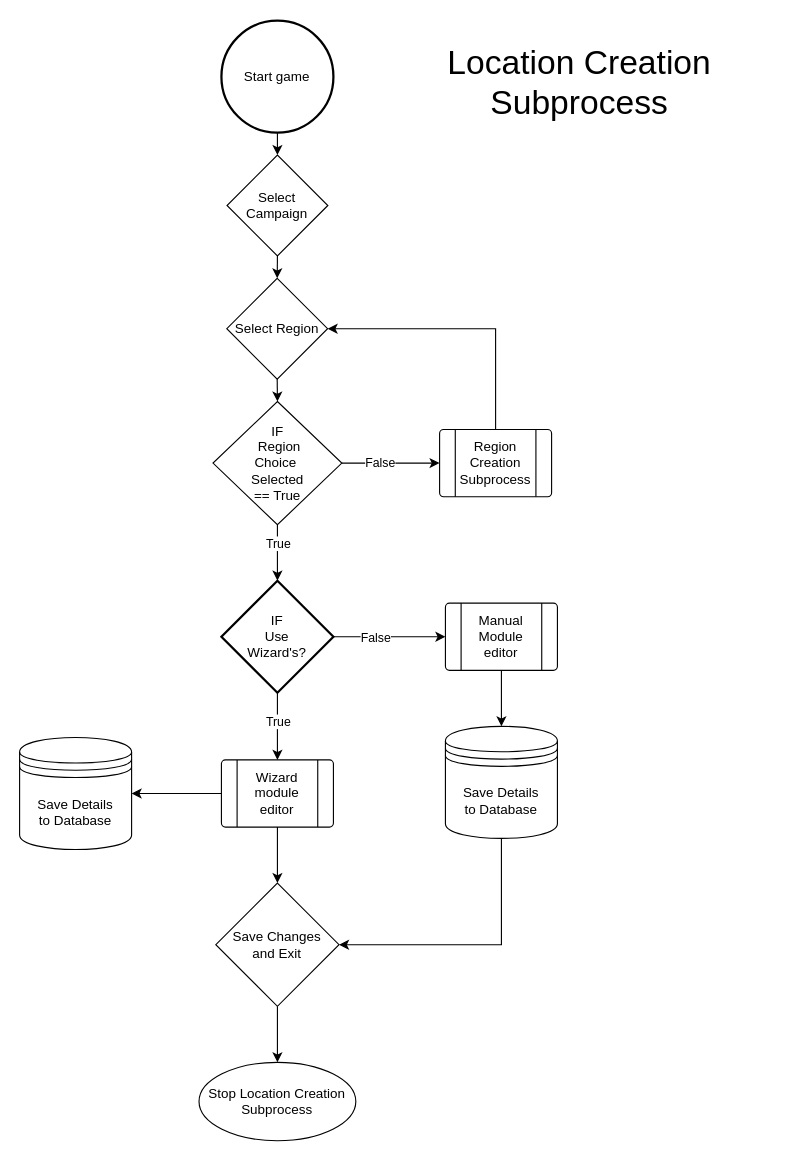
RPG-Research/bcirpg keeps this draw.io diagram as Phase2/Flowcharts/modgodToolset/ModGod/Creation/Location/ModGodLocationCreation.drawio. Above is the earlier version. Source tidied: cells renumbered, new cells numbered last; positions are measured from the earlier drawing's top-left corner, leaving out a move shared by most shapes. Both pictures are drawn from the tidied source at 112%, with x=0, y=0 at pixel (19, 20).
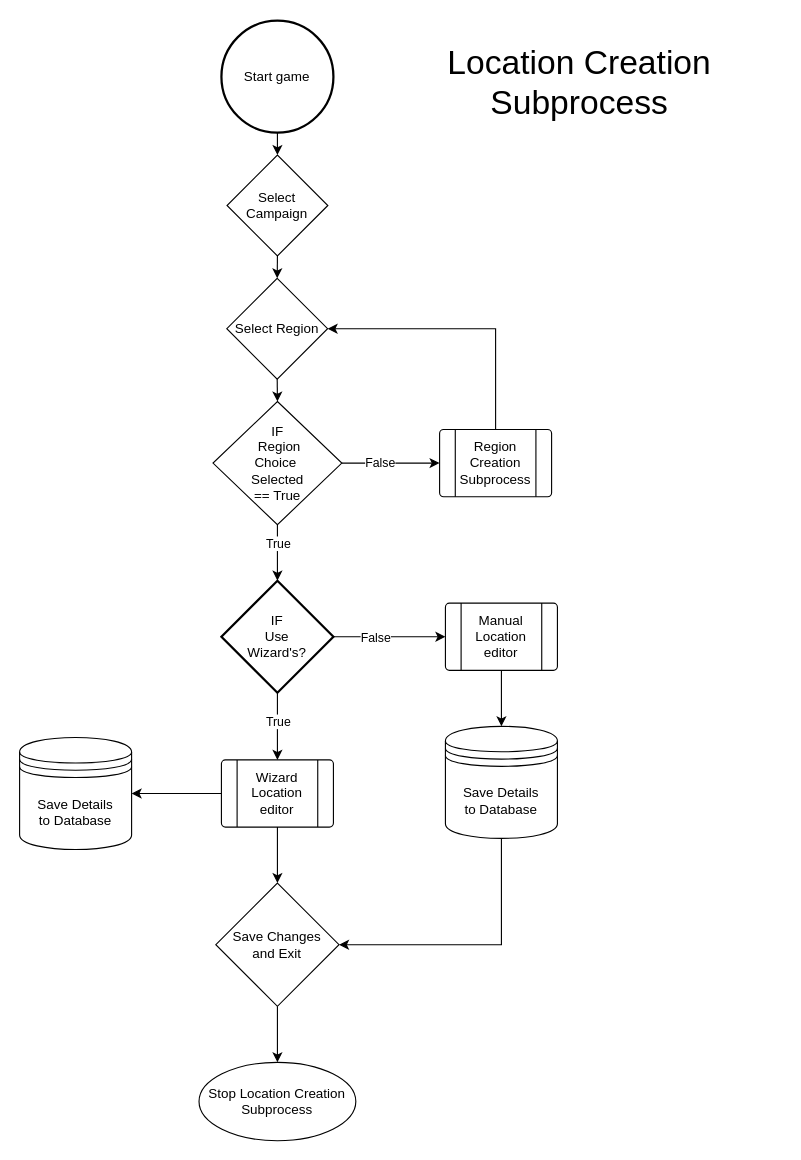
The same diagram, later.

Commit message (it also covers changes not shown here):
Worked on vailidating the Creation subprocesses for the modgod flowcharts.

What changed in the source:
```diff
@@
-    <mxCell id="20" value="Wizard&lt;br&gt;module editor" style="verticalLabelPosition=middle;verticalAlign=middle;html=1;shape=process;whiteSpace=wrap;rounded=1;size=0.14;arcSize=6;labelPosition=center;align=center;" parent="1" vertex="1">
+    <mxCell id="20" value="Wizard&lt;br&gt;Location editor" style="verticalLabelPosition=middle;verticalAlign=middle;html=1;shape=process;whiteSpace=wrap;rounded=1;size=0.14;arcSize=6;labelPosition=center;align=center;" parent="1" vertex="1">
       <mxGeometry x="180.2" y="660" width="100" height="60" as="geometry" />
     </mxCell>
@@
-    <mxCell id="27" value="Manual&lt;br&gt;Module editor" style="verticalLabelPosition=middle;verticalAlign=middle;html=1;shape=process;whiteSpace=wrap;rounded=1;size=0.14;arcSize=6;labelPosition=center;align=center;" parent="1" vertex="1">
+    <mxCell id="27" value="Manual&lt;br&gt;Location editor" style="verticalLabelPosition=middle;verticalAlign=middle;html=1;shape=process;whiteSpace=wrap;rounded=1;size=0.14;arcSize=6;labelPosition=center;align=center;" parent="1" vertex="1">
       <mxGeometry x="380.2" y="520" width="100" height="60" as="geometry" />
     </mxCell>
```
